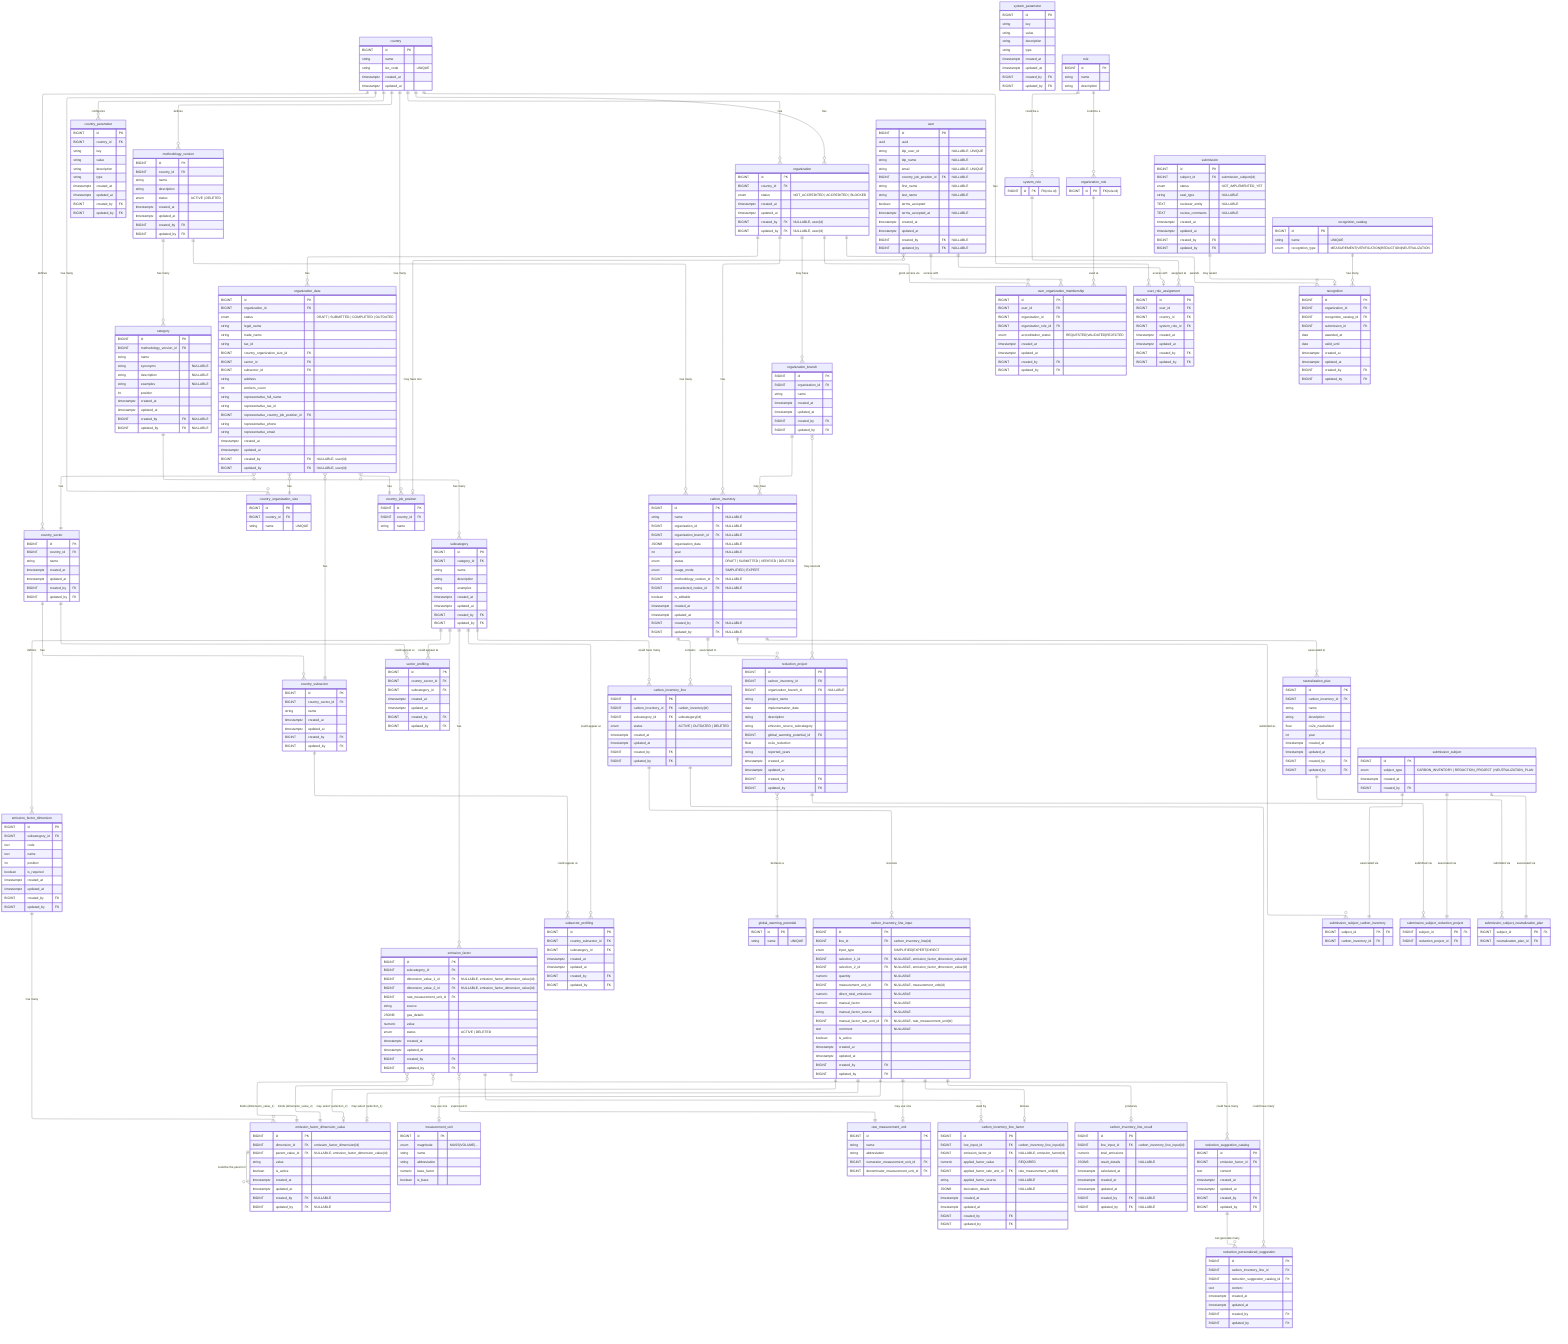
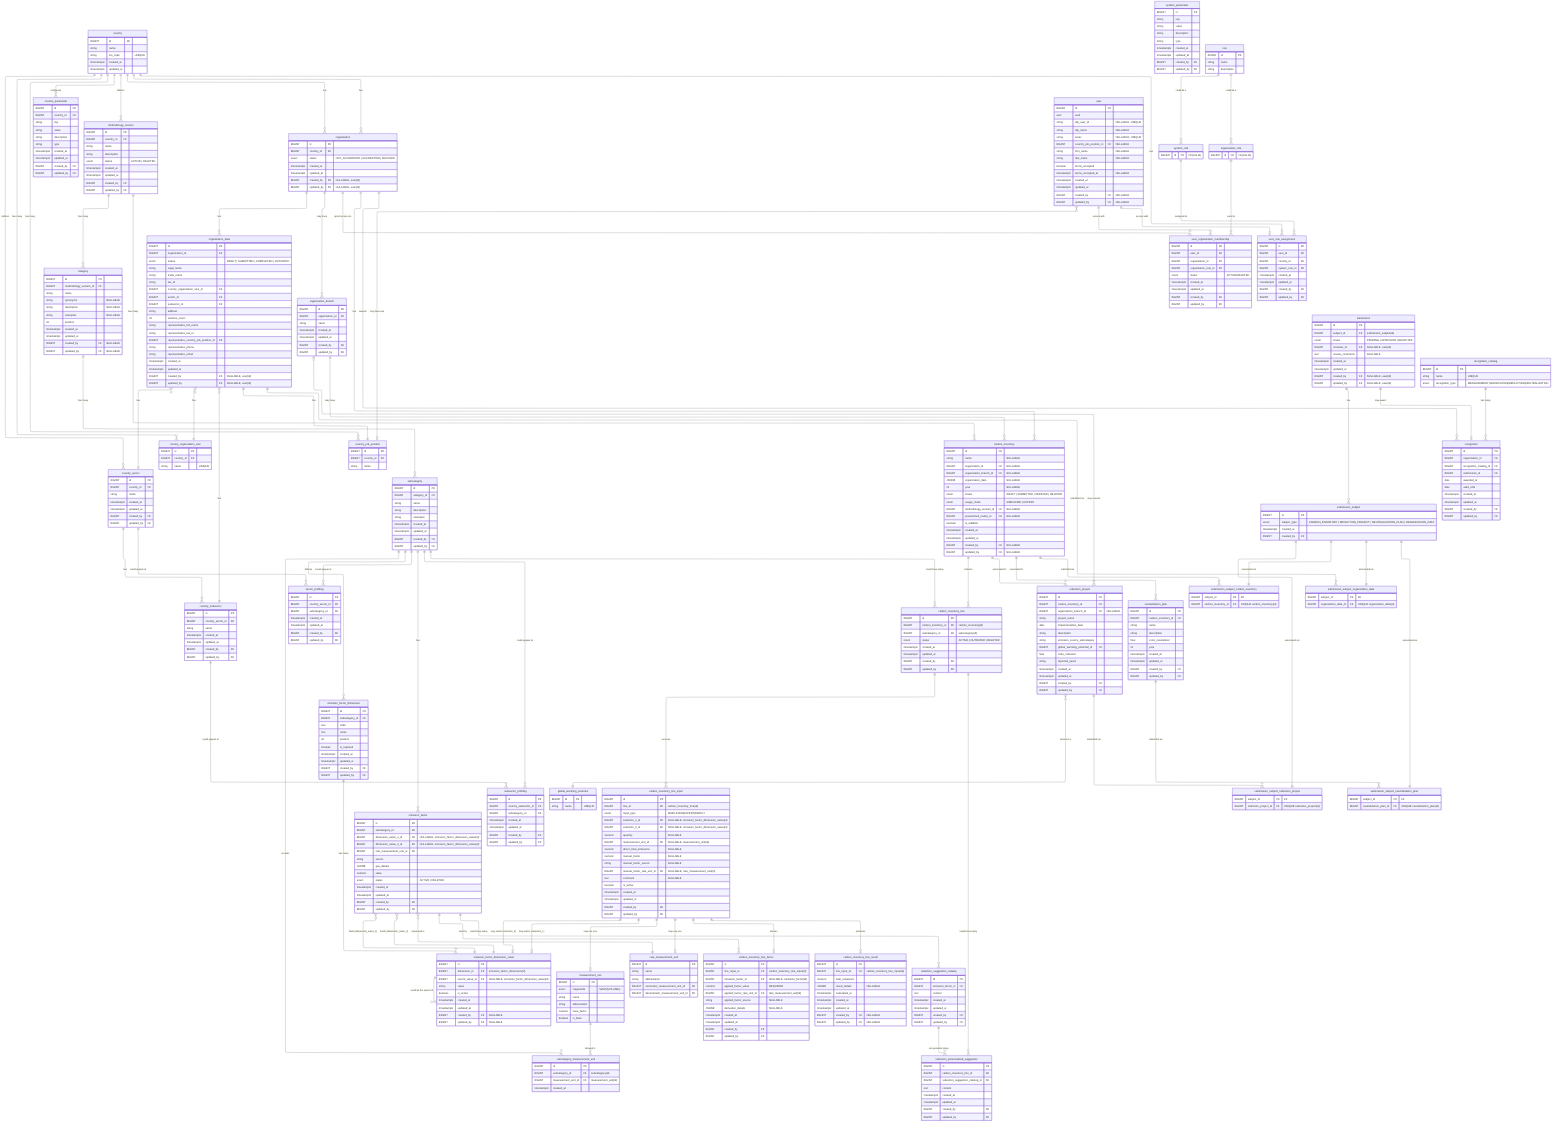
---
config:
  layout: elk
---
erDiagram
	direction TB

	%% ============================================================
	%% Design Principles
	%% ============================================================

	%% 🔷 Core Modeling Principles
	%% 	1.	Each table has a single, well-defined responsibility
	%% Tables are designed to represent one concept only (e.g. configuration, input, result, workflow), avoiding mixed concerns.

	%% 	2.	Relationships reflect real business rules, not just foreign keys
	%% Cardinalities and optionality are chosen to express domain constraints, not merely technical implementation details.

	%% 	3.	Nullability is intentional and meaningful
	%% Nullable fields indicate valid domain states (e.g. optional associations, draft data), not incomplete design.

	%% ⸻

	%% 🔷 Configuration & Reference Data
	%% 	4.	Reference data is normalized and centralized
	%% Shared concepts (statuses, units, potentials) are defined once and reused across the system.

	%% 	5.	Volatile enums are modeled as tables, not database ENUMs
	%% Any value expected to evolve (statuses, workflows) is stored in catalog tables to avoid schema migrations.

	%% 	6.	Stable physical concepts may use ENUMs
	%% Concepts that are scientifically stable (e.g. unit magnitude, usage mode) may use database ENUMs for safety and clarity.

	%% ⸻

	%% 🔷 Methodology & Emission Factors

	%% 	7.	Methodology is versioned and country-scoped
	%% All categories, subcategories, and factors belong to a specific methodology version tied to a country.

	%% 	8.	Emission factors are defined by standardized dimensions, not free text
	%% User selections and factor matching are driven by normalized dimension values to ensure consistency and correctness.

	%% 	9.	Dimension cardinality reflects domain reality, not generic flexibility
	%% Emission factors support up to two dimensions by design, matching current methodology requirements and admin workflows.

	%% 	10.	Administrative workflows are hierarchical and sequential
	%% New entities are created top-down (category → subcategory → dimension → value → factor), enforcing consistency at each level.

	%% ⸻

	%% 🔷 Inventory & Calculation

	%% 	11.	Input, factor selection, and results are modeled as separate concerns
	%% User input, factor derivation, and calculated results are stored in distinct tables for clarity and auditability.

	%% 	12.	Results are always derived from immutable input snapshots
	%% Calculated emissions reference the exact input used, ensuring reproducibility even if inputs change later.

	%% 	13.	Historical data is preserved; updates create new versions
	%% Changes do not overwrite previous data but create new records, maintaining a complete audit trail.

	%% ⸻

	%% 🔷 Workflow & Submissions

	%% 	14.	Workflows are modeled as data, not booleans
	%% Submissions, approvals, and recognitions are represented explicitly rather than inferred from flags.

	%% 	15.	Polymorphism is handled via explicit subject tables
	%% Submissions reference a generic subject entity with concrete subtype tables, avoiding nullable polymorphic foreign keys.

	%% 	16.	Recognitions are awarded based on submissions, not raw entities
	%% This ensures all awards are traceable to a validated review process.

	%% ⸻

	%% 🔷 Audit & Governance

	%% 	17.	Audit fields are applied based on responsibility and mutability
	%% Operational tables are auditable; reference and system-owned tables may omit audit fields by design.

	%% 	18.	System-generated data does not pretend to have an author
	%% Automatically calculated results record timestamps but not created_by or updated_by.

	%% 	19.	Database constraints enforce correctness wherever possible
	%% Uniqueness, consistency, and invariants are enforced at the database level rather than relying solely on application logic.


	%% ⸻

	%% 🔷 Evolution & Maintainability

	%% 	20.	Design favors clarity and correctness over premature generalization
	%% Flexibility is introduced only when driven by real domain requirements, not hypothetical future use cases.

	%% 	21.	Future extensions are possible without breaking existing data
	%% The model anticipates evolution (e.g. new methodologies, new workflows) while keeping current usage simple and explicit.

	%% ⸻

	%% These principles are intentional.
	%% Changes to the model should preserve these invariants unless there is a clear domain-driven reason to evolve them.

	%% ============================================================
	%% 🟦 Country & configuration (7)
	%% ============================================================

	country {
		BIGINT id PK ""
		string name  ""
		string iso_code "UNIQUE"
		timestamptz created_at  ""
		timestamptz updated_at  ""
	}

	country_parameter {
		BIGINT id PK ""
		BIGINT country_id FK ""
		string key  ""
		string value  ""
		string description  ""
		string type  ""
		timestamptz created_at  ""
		timestamptz updated_at  ""
		BIGINT created_by FK ""
		BIGINT updated_by FK ""
	}

	system_parameter {
		BIGINT id PK ""
		string key  ""
		string value  ""
		string description  ""
		string type  ""
		timestamptz created_at  ""
		timestamptz updated_at  ""
		BIGINT created_by FK ""
		BIGINT updated_by FK ""
	}

	country_sector {
		BIGINT id PK ""
		BIGINT country_id FK ""
		string name  ""
		timestamptz created_at  ""
		timestamptz updated_at  ""
		BIGINT created_by FK ""
		BIGINT updated_by FK ""
	}

	country_subsector {
		BIGINT id PK ""
		BIGINT country_sector_id FK ""
		string name  ""
		timestamptz created_at  ""
		timestamptz updated_at  ""
		BIGINT created_by FK ""
		BIGINT updated_by FK ""
	}

	country_organization_size {
		BIGINT id PK ""
		BIGINT country_id FK ""
		string name  "UNIQUE"
	}

	country_job_position {
		BIGINT id PK ""
		BIGINT country_id FK ""
		string name  ""
	}

	%% ============================================================
- 	%% 🟩 Methodology & factors (9)
+ 	%% 🟩 Methodology & factors (10)
	%% ============================================================

	methodology_version {
		BIGINT id PK ""
		BIGINT country_id FK ""
		string name  ""
		string description  ""
		enum status "ACTIVE | DELETED"
		timestamptz created_at  ""
		timestamptz updated_at  ""
		BIGINT created_by FK ""
		BIGINT updated_by FK ""
		%% Enforce via trigger at most 1 active per country
	}

	category {
		BIGINT id PK ""
		BIGINT methodology_version_id FK ""
		string name  ""
		%% just for displaying
		string synonyms "NULLABLE"
		%% just for displaying
		string description "NULLABLE"
		%% just for displaying
		string examples "NULLABLE"
		%% Position must be > 0 (enforced by DB CHECK constraint)
		int position ""
		timestamptz created_at  ""
		timestamptz updated_at  ""
		BIGINT created_by FK "NULLABLE"
		BIGINT updated_by FK "NULLABLE"
		%% UNIQUE(methodology_version_id, name)
		%% UNIQUE(methodology_version_id, position)
	}

	subcategory {
		BIGINT id PK ""
		BIGINT category_id FK ""
		string name  ""
		%% just for displaying
		string description  ""
		%% just for displaying
		string examples ""
		timestamptz created_at  ""
		timestamptz updated_at  ""
		BIGINT created_by FK ""
		BIGINT updated_by FK ""
	}

	emission_factor_dimension {
		BIGINT id PK ""
		BIGINT subcategory_id FK ""
		%% Like: FUEL_GROUP, FUEL_TYPE, GAS_TYPE
		text code ""
		%% Like: Tipo de combustible, Tipo de gas
		text name ""
		%% Like: 1, 2, 3 (order in UI & logic)
		int position ""
		boolean is_required ""
		timestamptz created_at  ""
		timestamptz updated_at  ""
		BIGINT created_by FK ""
		BIGINT updated_by FK ""
		%% UNIQUE(subcategory_id, position),
		%% UNIQUE(subcategory_id, code)
	}

	emission_factor_dimension_value {
		BIGINT id PK ""
		BIGINT dimension_id FK "emission_factor_dimension(id)"
		BIGINT parent_value_id FK "NULLABLE, emission_factor_dimension_value(id)"
		%% Like: Natural gas, Diesel, Kerosene, etc
		string value ""
		boolean is_active ""
		timestamptz created_at  ""
		timestamptz updated_at  ""
		BIGINT created_by FK "NULLABLE"
		BIGINT updated_by FK "NULLABLE"
		%% UNIQUE(dimension_id, value)
	}

	emission_factor {
		BIGINT id PK ""
		BIGINT subcategory_id FK ""
		%% Emission factors currently support up to two dimensions via fixed columns.
		%% A binding table was considered for unbounded dimensions but intentionally not used to keep queries and constraints simple.
		BIGINT dimension_value_1_id FK "NULLABLE, emission_factor_dimension_value(id)"
		BIGINT dimension_value_2_id FK "NULLABLE, emission_factor_dimension_value(id)"
		BIGINT rate_measurement_unit_id FK ""
		string source  ""
		JSONB gas_details ""
		numeric value  ""
		enum status "ACTIVE | DELETED"
		timestamptz created_at  ""
		timestamptz updated_at  ""
		BIGINT created_by FK ""
		BIGINT updated_by FK ""
		%% Enforce UNIQUE (subcategory_id, dimension_value_1_id, dimension_value_2_id) WHERE status = 'ACTIVE'
	}

	sector_profiling {
		BIGINT id PK ""
		BIGINT country_sector_id FK ""
		BIGINT subcategory_id FK ""
		timestamptz created_at  ""
		timestamptz updated_at  ""
		BIGINT created_by FK ""
		BIGINT updated_by FK ""
		%% UNIQUE(country_sector_id, subcategory_id)
	}

	subsector_profiling {
		BIGINT id PK ""
		BIGINT country_subsector_id FK ""
		BIGINT subcategory_id FK ""
		timestamptz created_at  ""
		timestamptz updated_at  ""
		BIGINT created_by FK ""
		BIGINT updated_by FK ""
		%% UNIQUE(country_subsector_id, subcategory_id)
	}

	measurement_unit {
		BIGINT id PK ""
		enum magnitude  "MASS|VOLUME|..."
		string name  ""
		string abbreviation  ""
		numeric base_factor  ""
		boolean is_base  ""
		%% Enforce UNIQUE (magnitude) WHERE is_base = true
	}

	rate_measurement_unit {
		BIGINT id PK ""
		string name  ""
		string abbreviation  ""
		BIGINT numerator_measurement_unit_id FK ""
		BIGINT denominator_measurement_unit_id FK ""
	}

+ 	subcategory_measurement_unit {
+ 		BIGINT id PK ""
+ 		BIGINT subcategory_id FK "subcategory(id)"
+ 		BIGINT measurement_unit_id FK "measurement_unit(id)"
+ 		timestamptz created_at ""
+ 		%% UNIQUE(subcategory_id, measurement_unit_id)
+ 	}
+ 
	global_warming_potential {
		BIGINT id PK ""
		string name "UNIQUE"
		%% AR4, AR5, etc...
	}

	%% ============================================================
	%% 🟨 Organizations & users (8)
	%% ============================================================

	organization {
		BIGINT id PK
		BIGINT country_id FK
		enum status "NOT_ACCREDITED | ACCREDITED | BLOCKED"
		timestamptz created_at
		timestamptz updated_at
		BIGINT created_by FK "NULLABLE, user(id)"
		BIGINT updated_by FK "NULLABLE, user(id)"
  	}

	organization_data {
		BIGINT id PK
		BIGINT organization_id FK
		enum status "DRAFT | SUBMITTED | COMPLETED | OUTDATED"

		%% organization data
		string legal_name
		string trade_name
		string tax_id
		BIGINT country_organization_size_id FK
		BIGINT sector_id FK
		BIGINT subsector_id FK
		string address
		int workers_count

		%% representative data
		string representative_full_name
		string representative_tax_id
		BIGINT representative_country_job_position_id FK
		string representative_phone
		string representative_email

		timestamptz created_at
		timestamptz updated_at
		BIGINT created_by FK "NULLABLE, user(id)"
		BIGINT updated_by FK "NULLABLE, user(id)"
	}

	organization_branch {
		BIGINT id PK ""
		BIGINT organization_id FK ""
		string name  ""
		timestamptz created_at  ""
		timestamptz updated_at  ""
		BIGINT created_by FK ""
		BIGINT updated_by FK ""
	}

	user {
		BIGINT id PK ""
		uuid uuid  ""
		string idp_user_id "NULLABLE, UNIQUE"
		string idp_name "NULLABLE"
		string email  "NULLABLE, UNIQUE"
		BIGINT country_job_position_id FK "NULLABLE"
		string first_name "NULLABLE"
		string last_name "NULLABLE"
		boolean terms_accepted ""
		timestamptz terms_accepted_at "NULLABLE"
		timestamptz created_at  ""
		timestamptz updated_at  ""
		BIGINT created_by FK "NULLABLE"
		BIGINT updated_by FK "NULLABLE"
	}

	%% abstract parent table
	role {
		BIGINT id PK ""
		string name ""
		string description ""
	}

	system_role {
		BIGINT id PK "FK(role.id)"
	}

	organization_role {
		BIGINT id PK "FK(role.id)"
	}

+ 
	user_organization_membership {
		BIGINT id PK ""
		BIGINT user_id FK ""
		BIGINT organization_id FK ""
		BIGINT organization_role_id FK ""
- 		enum accreditation_status  "REQUESTED|VALIDATED|REJECTED"
+ 		enum status "ACTIVE|DELETED"
		timestamptz created_at  ""
		timestamptz updated_at  ""
		BIGINT created_by FK ""
		BIGINT updated_by FK ""
		%% UNIQUE(user_id, organization_id, organization_role_id)
	}

	user_role_assignment {
		BIGINT id PK ""
		BIGINT user_id FK ""
		BIGINT country_id FK ""
		BIGINT system_role_id FK ""
		timestamptz created_at  ""
		timestamptz updated_at  ""
		BIGINT created_by FK ""
		BIGINT updated_by FK ""
		%% UNIQUE(user_id, country_id, system_role_id)
	}

	%% ============================================================
	%% 🟧 Inventory & calculation (9)
	%% ============================================================

	%% organization & organization_branch will be NULL when user does not belong to any org.
	carbon_inventory {
		BIGINT id PK ""
		string name "NULLABLE"
		BIGINT organization_id FK "NULLABLE"
		BIGINT organization_branch_id FK "NULLABLE"
		JSONB organization_data "NULLABLE"
		int year "NULLABLE"
		enum status "DRAFT | SUBMITTED | VERIFIED | DELETED"
		enum usage_mode "SIMPLIFIED | EXPERT"
		BIGINT methodology_version_id FK "NULLABLE"
		BIGINT preselected_nodes_id FK "NULLABLE"
		boolean is_editable ""
		timestamptz created_at  ""
		timestamptz updated_at  ""
		BIGINT created_by FK "NULLABLE"
		BIGINT updated_by FK "NULLABLE"
	}

	%% A "line" represents what is being measured (subcategory) for a given inventory.
	%% We do not store quantities/factors/selections here. It's the anchor.
	carbon_inventory_line {
		BIGINT id PK ""
		BIGINT carbon_inventory_id FK "carbon_inventory(id)"
		BIGINT subcategory_id FK "subcategory(id)"
		enum status "ACTIVE | OUTDATED | DELETED"
		timestamptz created_at  ""
		timestamptz updated_at  ""
		BIGINT created_by FK ""
		BIGINT updated_by FK ""
	}

	carbon_inventory_line_input {
		BIGINT id PK ""
		BIGINT line_id FK "carbon_inventory_line(id)"
		enum input_type "SIMPLIFIED|EXPERT|DIRECT"

		%% the "dimension selections" (more on dimension standardization in section 4)
		BIGINT selection_1_id FK "NULLABLE, emission_factor_dimension_value(id)"
		BIGINT selection_2_id FK "NULLABLE, emission_factor_dimension_value(id)"

		numeric quantity "NULLABLE"
		BIGINT measurement_unit_id FK "NULLABLE, measurement_unit(id)"

		%% For DIRECT mode:
		numeric direct_total_emissions "NULLABLE"

		%% For EXPERT mode:
		numeric manual_factor "NULLABLE"
		string manual_factor_source "NULLABLE"
		BIGINT manual_factor_rate_unit_id FK "NULLABLE, rate_measurement_unit(id)"

		text comment "NULLABLE"
		boolean is_active ""
		timestamptz created_at  ""
		timestamptz updated_at  ""
		BIGINT created_by FK ""
		BIGINT updated_by FK ""
		%% Enforce only one active input per line: UNIQUE(line_id) WHERE is_active = true
	}

	%% This stores "what factor did we use, after conversions, and why" so results are reproducible.
	carbon_inventory_line_factor {
		BIGINT id PK ""
		BIGINT line_input_id FK "carbon_inventory_line_input(id)"

		%% chosen factor: either from catalog (simplified) or null for expert/direct
		BIGINT emission_factor_id FK "NULLABLE, emission_factor(id)"

		%% normalized factor actually used in the computation (post-conversion)
		%% REQUIRED: Must always be present for result reproducibility
		numeric applied_factor_value "REQUIRED"
		BIGINT applied_factor_rate_unit_id FK "rate_measurement_unit(id)"
		string applied_factor_source "NULLABLE"

		%% optionally store a JSON blob explaining conversion steps for auditability
		JSONB derivation_details "NULLABLE"

		timestamptz created_at  ""
		timestamptz updated_at  ""
		BIGINT created_by FK ""
		BIGINT updated_by FK ""
		%% Enforce 1 factor row per input: UNIQUE(line_input_id)
	}

	carbon_inventory_line_result {
		BIGINT id PK ""
		BIGINT line_input_id FK "carbon_inventory_line_input(id)"
		numeric total_emissions ""
		%% optionally store breakdown: per-gas, CO2e, etc.
		JSONB result_details "NULLABLE"
		timestamptz calculated_at ""
		timestamptz created_at  ""
		timestamptz updated_at  ""
		BIGINT created_by FK "NULLABLE"
		BIGINT updated_by FK "NULLABLE"
		%% Ensure 1 result per input: UNIQUE(line_input_id)
	}

	reduction_suggestion_catalog {
		BIGINT id PK ""
		BIGINT emission_factor_id FK ""
		text content  ""
		timestamptz created_at  ""
		timestamptz updated_at  ""
		BIGINT created_by FK ""
		BIGINT updated_by FK ""
	}

	%% We plan to create these suggestion with AI
	reduction_personalized_suggestion {
		BIGINT id PK ""
		BIGINT carbon_inventory_line_id FK ""
		BIGINT reduction_suggestion_catalog_id FK ""
		text content  ""
		timestamptz created_at  ""
		timestamptz updated_at  ""
		BIGINT created_by FK ""
		BIGINT updated_by FK ""
	}

	reduction_project {
		BIGINT id PK ""
		BIGINT carbon_inventory_id FK ""
		BIGINT organization_branch_id FK "NULLABLE"
		string project_name  ""
		date implementation_date  ""
		string description  ""
		string emission_source_subcategory  ""
		BIGINT global_warming_potential_id FK ""
		float co2e_reduction  ""
		string reported_years  ""
		timestamptz created_at  ""
		timestamptz updated_at  ""
		BIGINT created_by FK ""
		BIGINT updated_by FK ""
	}

	neutralization_plan {
		BIGINT id PK ""
		BIGINT carbon_inventory_id FK ""
		string name  ""
		string description  ""
		float co2e_neutralized  ""
		int year  ""
		timestamptz created_at  ""
		timestamptz updated_at  ""
		BIGINT created_by FK ""
		BIGINT updated_by FK ""
	}

	%% ============================================================
	%% 🟥 Submissions & recognition (7)
	%% ============================================================

	%% Read the docs about the submissions model design here: https://www.notion.so/Modelo-E-R-para-Submissions-2d318d2c8901805ab8f9eed2a9d9d702?source=copy_link
	%% The data within this table is immutable once created
	submission_subject {
		BIGINT id PK ""
- 		enum subject_type "CARBON_INVENTORY | REDUCTION_PROJECT | NEUTRALIZATION_PLAN"
+ 		enum subject_type "CARBON_INVENTORY | REDUCTION_PROJECT | NEUTRALIZATION_PLAN | ORGANIZATION_DATA"
		timestamptz created_at  ""
		BIGINT created_by FK ""
	}

	%% The data within this table is immutable once created
	submission_subject_carbon_inventory {
		BIGINT subject_id PK "FK"
- 		BIGINT carbon_inventory_id FK ""
+ 		BIGINT carbon_inventory_id FK "UNIQUE carbon_inventory(id)"
	}

	%% The data within this table is immutable once created
	submission_subject_reduction_project {
		BIGINT subject_id PK "FK"
- 		BIGINT reduction_project_id FK ""
+ 		BIGINT reduction_project_id FK "UNIQUE reduction_project(id)"
	}

	%% The data within this table is immutable once created
	submission_subject_neutralization_plan {
		BIGINT subject_id PK "FK"
- 		BIGINT neutralization_plan_id FK ""
+ 		BIGINT neutralization_plan_id FK "UNIQUE neutralization_plan(id)"
+ 	}
+ 
+ 	%% The data within this table is immutable once created
+ 	submission_subject_organization_data {
+ 		BIGINT subject_id PK "FK"
+ 		BIGINT organization_data_id FK "UNIQUE organization_data(id)"
	}

	submission {
		BIGINT id PK ""
		BIGINT subject_id FK "submission_subject(id)"
- 		enum status "NOT_IMPLEMENTED_YET"
- 		string seal_type  "NULLABLE"
- 		TEXT reviewer_entity "NULLABLE"
- 		TEXT review_comments "NULLABLE"
- 		timestamptz created_at  ""
- 		timestamptz updated_at  ""
- 		BIGINT created_by FK ""
- 		BIGINT updated_by FK ""
+ 		enum status "PENDING | APPROVED | REJECTED"
+ 		BIGINT reviewer_id FK "NULLABLE, user(id)"
+ 		text review_comments "NULLABLE"
+ 		timestamptz created_at  ""
+ 		timestamptz updated_at  ""
+ 		BIGINT created_by FK "NULLABLE, user(id)"
+ 		BIGINT updated_by FK "NULLABLE, user(id)"
+ 		%% UNIQUE INDEX on subject_id WHERE status IN ('PENDING', 'APPROVED')
	}

	recognition_catalog {
		BIGINT id PK ""
		string name "UNIQUE"
		enum recognition_type  "MEASUREMENT|VERIFICATION|REDUCTION|NEUTRALIZATION"
	}

	recognition {
		BIGINT id PK ""
		BIGINT organization_id FK ""
		BIGINT recognition_catalog_id FK ""
		BIGINT submission_id FK ""
		date awarded_at  ""
		date valid_until  ""
		timestamptz created_at  ""
		timestamptz updated_at  ""
		BIGINT created_by FK ""
		BIGINT updated_by FK ""
	}

	%% ============================================================
	%% Others
	%% ============================================================


%% ============================================================
%% Relationships
%% ============================================================

country
	country ||--o{ country_parameter : "configures"
	country ||--o{ country_sector : "defines"
	country ||--o{ methodology_version : "defines"
	country ||--o{ organization : "has"
	country ||--o{ user_role_assignment : "has"
	country ||--o{ country_organization_size: "has many"
	country ||--o{ country_job_position : "has many"
	country ||--o{ organization : "has"

country_sector
	country_sector ||--o{ country_subsector : "has"
	country_sector ||--o{ sector_profiling : "could appear at"

country_subsector
	country_subsector ||--o{ subsector_profiling : "could appear at"

organization
	organization ||--o{ carbon_inventory : "has"
	organization ||--o{ organization_branch : "may have"
	organization ||--o{ recognition : "awards"
	organization ||--o{ user_organization_membership : "grant access via"
	organization ||--o{ organization_data : "has"

organization_data
	organization_data }o--|| country_organization_size : "has"
	organization_data }o--|| country_sector : "has"
	organization_data }o--|| country_subsector : "has"
- 	organization_data }o--|| country_job_position : "has"
+ 	organization_data ||--|| country_job_position : "has"
+ 	organization_data ||--o{ submission_subject_organization_data : "submitted via"
+ 

organization_branch
	organization_branch |o--o{ reduction_project : "may execute"
	organization_branch ||--o{ carbon_inventory : "may have"

recognition_catalog
	recognition_catalog ||--o{ recognition  : "has many"

role
	role ||--o{ system_role : "could be a"
	role ||--o{ organization_role : "could be a"
	organization_role ||--o{ user_organization_membership : "used at"
	system_role ||--o{ user_role_assignment : "assigned at"

user
	user ||--o{ user_organization_membership : "access with"
	user }o--o| country_job_position : "may have one"
	user ||--o| user_role_assignment : "access with"

methodology_version
	methodology_version ||--o{ carbon_inventory : "has many"
	methodology_version ||--o{ category : "has many"

category
	category ||--o{ subcategory : "has many"

subcategory
	subcategory ||--o{ emission_factor_dimension: "defines"
	%% A subcategory may exist with zero emission factors:
	subcategory ||--o{ emission_factor: "has"
	subcategory ||--o{ sector_profiling: "could appear at"
	subcategory ||--o{ subsector_profiling: "could appear at"
	subcategory ||--o{ carbon_inventory_line: "could have many"
+ 	subcategory ||--o{ subcategory_measurement_unit: "accepts"
+ 
+ measurement_unit
+ 	measurement_unit ||--o{ subcategory_measurement_unit: "allowed in"

emission_factor_dimension
	emission_factor_dimension ||--o{ emission_factor_dimension_value : "has many"

emission_factor_dimension_value
	emission_factor_dimension_value ||--o{ emission_factor_dimension_value : "could be the parent of"

emission_factor
	emission_factor ||--o{ reduction_suggestion_catalog : "could have many"
	emission_factor ||--o{ carbon_inventory_line_factor : "used by"
	emission_factor }o--|| rate_measurement_unit : "expressed in"
	%% At most 2 values, depending on subcategory configuration:
	emission_factor }o--|| emission_factor_dimension_value : "binds (dimension_value_1)"
	emission_factor }o--|| emission_factor_dimension_value : "binds (dimension_value_2)"

carbon_inventory
	carbon_inventory ||--o{ carbon_inventory_line: "contains"
	carbon_inventory ||--o{ submission_subject_carbon_inventory: "submitted as"
	carbon_inventory ||--o{ neutralization_plan: "associated to"
	carbon_inventory ||--o{ reduction_project: "associated to"

carbon_inventory_line
	carbon_inventory_line ||--o{ reduction_personalized_suggestion: "could have many"
	carbon_inventory_line ||--o{ carbon_inventory_line_input: "receives"

carbon_inventory_line_input
	carbon_inventory_line_input ||--o| emission_factor_dimension_value: "may select (selection_1)"
	carbon_inventory_line_input ||--o| emission_factor_dimension_value: "may select (selection_2)"
	carbon_inventory_line_input ||--o| measurement_unit: "may use one"
	carbon_inventory_line_input ||--o| rate_measurement_unit: "may use one"
	carbon_inventory_line_input ||--o| carbon_inventory_line_factor: "derives"
	carbon_inventory_line_input ||--o| carbon_inventory_line_result: "produces"

submission_subject
	submission_subject ||--|| submission_subject_carbon_inventory : "associated via"
	submission_subject ||--|| submission_subject_reduction_project : "associated via"
	submission_subject ||--|| submission_subject_neutralization_plan : "associated via"
+ 	submission_subject ||--|| submission_subject_organization_data : "associated via"

submission
	submission ||--o| recognition: "may award"
+ 	submission ||--o{ submission_subject: "has"

neutralization_plan
	neutralization_plan ||--o{ submission_subject_neutralization_plan : "submitted via"

reduction_project
	reduction_project ||--o{ submission_subject_reduction_project : "submitted via"
	reduction_project }o--|| global_warming_potential : "declares a"

reduction_suggestion_catalog
	reduction_suggestion_catalog ||--o{ reduction_personalized_suggestion : "can generate many"